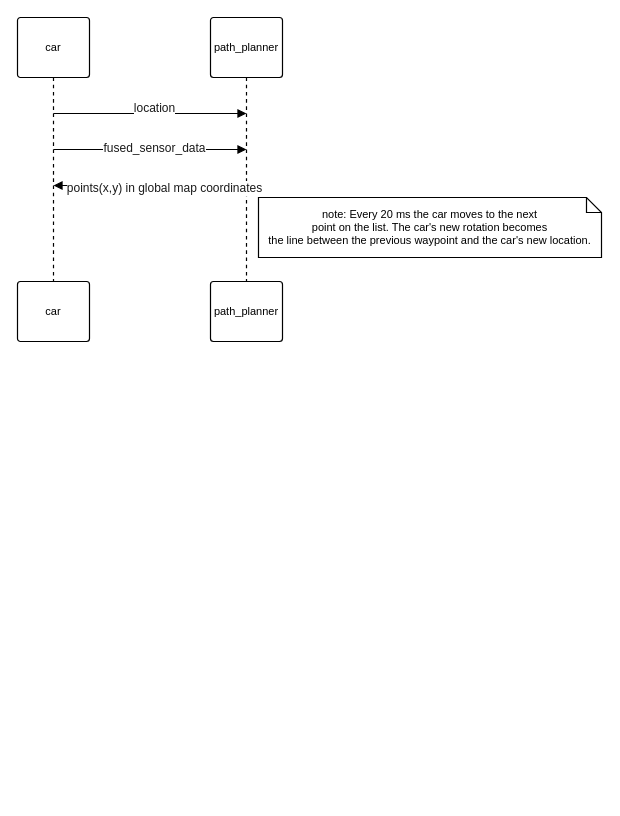
This is page "autonomous-car" (1 of 3) of content/docs/lectures/planning/approaches/images/planning.drawio from cicyfan/cs-gy-6613-spring-2020, a draw.io file, before an edit. Source tidied: cells renumbered, new cells numbered last; positions are measured from the earlier drawing's top-left corner, leaving out a move shared by most shapes. Both pictures are drawn from the tidied source at 100%, with x=0, y=0 at pixel (17, 17).
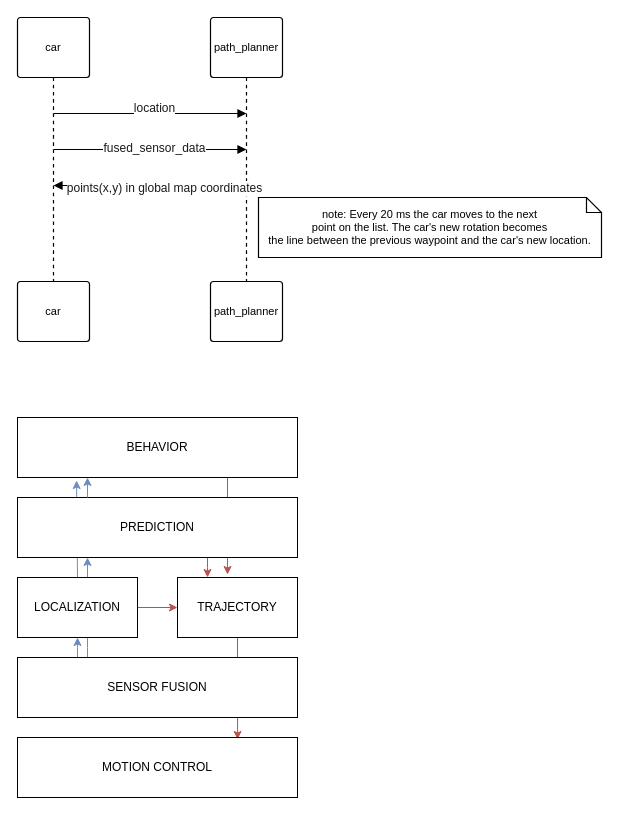
Above is the later version.

The edit, as a diff of the source:
```diff
@@
+    <mxCell id="15" style="endArrow=classic;html=1;exitX=0.5;exitY=0;entryX=0.211;entryY=1.05;entryPerimeter=0;fillColor=#dae8fc;strokeColor=#6c8ebf;" parent="1" edge="1" source="22" target="18">
+      <mxGeometry relative="1" as="geometry" />
+    </mxCell>
+    <mxCell id="16" style="edgeStyle=orthogonalEdgeStyle;rounded=0;html=1;entryX=0.25;entryY=1;jettySize=auto;fillColor=#dae8fc;strokeColor=#6c8ebf;" parent="1" edge="1" source="26" target="20">
+      <mxGeometry relative="1" as="geometry">
+        <Array as="points">
+          <mxPoint x="70" y="630" />
+          <mxPoint x="70" y="630" />
+        </Array>
+      </mxGeometry>
+    </mxCell>
+    <mxCell id="17" style="edgeStyle=orthogonalEdgeStyle;rounded=0;html=1;exitX=0.75;exitY=1;entryX=0.417;entryY=-0.05;jettySize=auto;entryPerimeter=0;fillColor=#f8cecc;strokeColor=#b85450;" parent="1" edge="1" source="18" target="24">
+      <mxGeometry relative="1" as="geometry" />
+    </mxCell>
+    <mxCell id="18" value="BEHAVIOR" style="rounded=0;whiteSpace=wrap;html=1;" parent="1" vertex="1">
+      <mxGeometry y="400" width="280" height="60" as="geometry" />
+    </mxCell>
+    <mxCell id="19" style="edgeStyle=orthogonalEdgeStyle;rounded=0;html=1;entryX=0.25;entryY=0;jettySize=auto;fillColor=#f8cecc;strokeColor=#b85450;" parent="1" edge="1" source="20" target="24">
+      <mxGeometry relative="1" as="geometry">
+        <Array as="points">
+          <mxPoint x="190" y="550" />
+          <mxPoint x="190" y="550" />
+        </Array>
+      </mxGeometry>
+    </mxCell>
+    <mxCell id="20" value="PREDICTION" style="rounded=0;whiteSpace=wrap;html=1;" parent="1" vertex="1">
+      <mxGeometry y="480" width="280" height="60" as="geometry" />
+    </mxCell>
+    <mxCell id="21" style="edgeStyle=orthogonalEdgeStyle;rounded=0;html=1;jettySize=auto;fillColor=#f8cecc;strokeColor=#b85450;" parent="1" edge="1" source="22" target="24">
+      <mxGeometry relative="1" as="geometry" />
+    </mxCell>
+    <mxCell id="22" value="LOCALIZATION" style="rounded=0;whiteSpace=wrap;html=1;" parent="1" vertex="1">
+      <mxGeometry y="560" width="120" height="60" as="geometry" />
+    </mxCell>
+    <mxCell id="23" style="edgeStyle=orthogonalEdgeStyle;rounded=0;html=1;entryX=0.786;entryY=0.033;entryPerimeter=0;jettySize=auto;fillColor=#f8cecc;strokeColor=#b85450;" parent="1" edge="1" source="24" target="27">
+      <mxGeometry relative="1" as="geometry" />
+    </mxCell>
+    <mxCell id="24" value="TRAJECTORY" style="rounded=0;whiteSpace=wrap;html=1;" parent="1" vertex="1">
+      <mxGeometry x="160" y="560" width="120" height="60" as="geometry" />
+    </mxCell>
+    <mxCell id="25" style="edgeStyle=orthogonalEdgeStyle;rounded=0;html=1;entryX=0.5;entryY=1;jettySize=auto;fillColor=#dae8fc;strokeColor=#6c8ebf;" parent="1" edge="1" source="26" target="22">
+      <mxGeometry relative="1" as="geometry">
+        <Array as="points">
+          <mxPoint x="60" y="630" />
+          <mxPoint x="60" y="630" />
+        </Array>
+      </mxGeometry>
+    </mxCell>
+    <mxCell id="26" value="SENSOR FUSION" style="rounded=0;whiteSpace=wrap;html=1;" parent="1" vertex="1">
+      <mxGeometry y="640" width="280" height="60" as="geometry" />
+    </mxCell>
+    <mxCell id="27" value="MOTION CONTROL" style="rounded=0;whiteSpace=wrap;html=1;" parent="1" vertex="1">
+      <mxGeometry y="720" width="280" height="60" as="geometry" />
+    </mxCell>
+    <mxCell id="28" style="endArrow=classic;html=1;entryX=0.25;entryY=1;fillColor=#dae8fc;strokeColor=#6c8ebf;" parent="1" edge="1" target="18">
+      <mxGeometry relative="1" as="geometry">
+        <mxPoint x="70" y="480" as="sourcePoint" />
+      </mxGeometry>
+    </mxCell>
```
